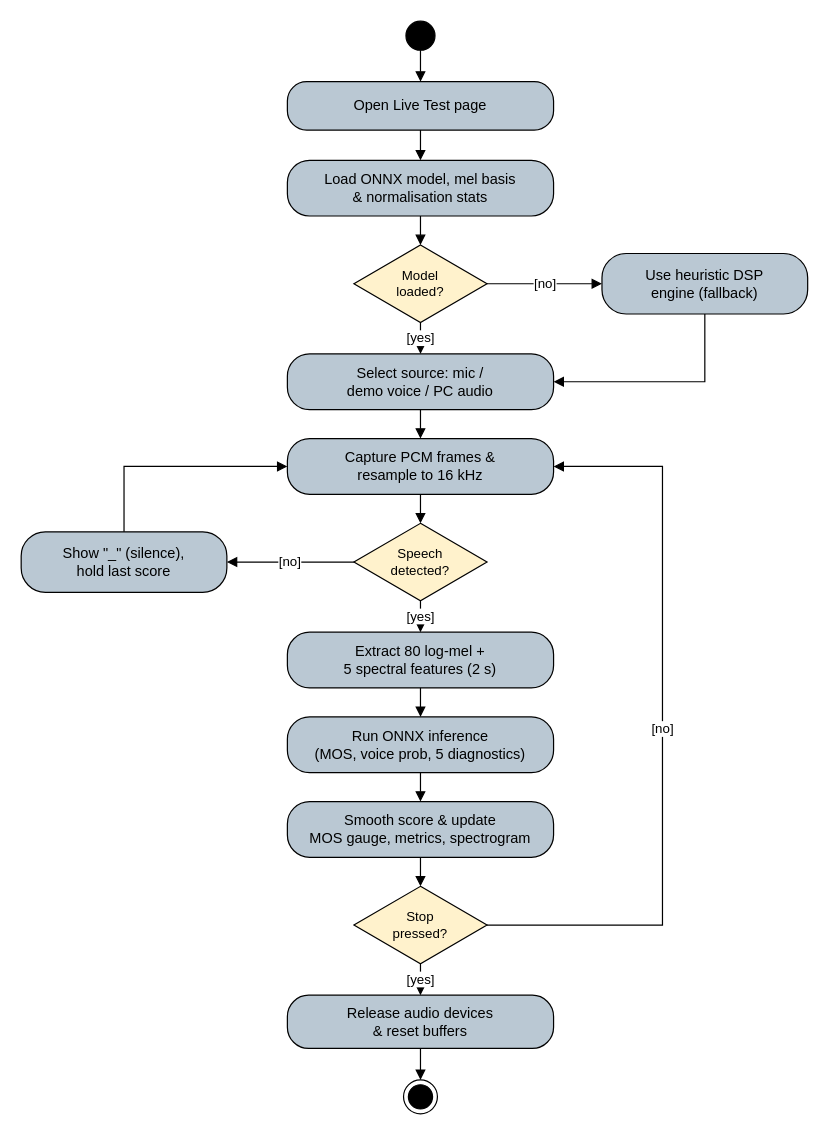
Earlier version of the draw.io diagram docs/diagrams/02_activity_live_analysis.drawio (gagandeepkaur75/EdgeAudio). Source tidied: cells renumbered, new cells numbered last; positions are measured from the earlier drawing's top-left corner, leaving out a move shared by most shapes. Both pictures are drawn from the tidied source at 121%, with x=0, y=0 at pixel (21, 21).
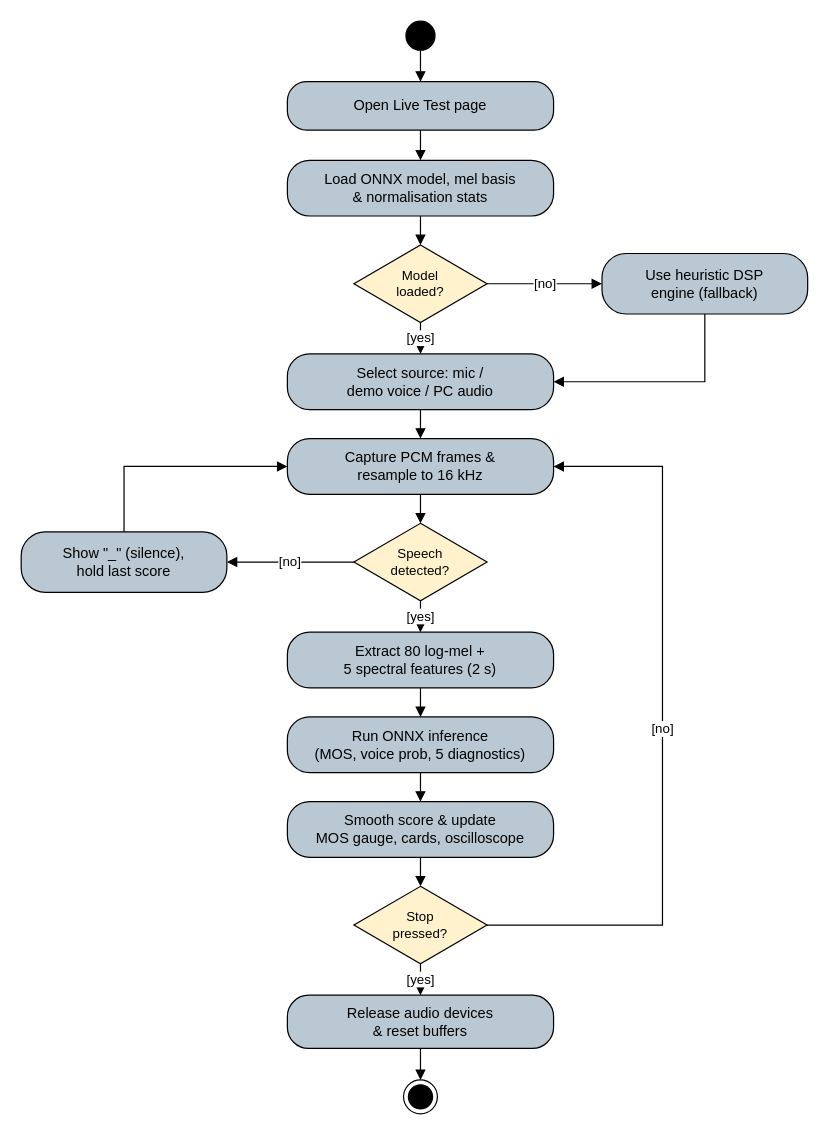
The same diagram, later.

Commit message (it also covers changes not shown here):
Correct diagram wording: live oscilloscope instead of spectrogram

What changed in the source:
```diff
@@
-    <mxCell id="13" value="Smooth score &amp;amp; update&lt;br/&gt;MOS gauge, metrics, spectrogram" style="rounded=1;arcSize=40;whiteSpace=wrap;html=1;fontFamily=Helvetica;fontSize=12;fontColor=#000000;strokeColor=#000000;fillColor=#bac8d3;" parent="1" vertex="1">
+    <mxCell id="13" value="Smooth score &amp;amp; update&lt;br/&gt;MOS gauge, cards, oscilloscope" style="rounded=1;arcSize=40;whiteSpace=wrap;html=1;fontFamily=Helvetica;fontSize=12;fontColor=#000000;strokeColor=#000000;fillColor=#bac8d3;" parent="1" vertex="1">
       <mxGeometry x="220" y="645" width="220" height="46" as="geometry" />
     </mxCell>
```
